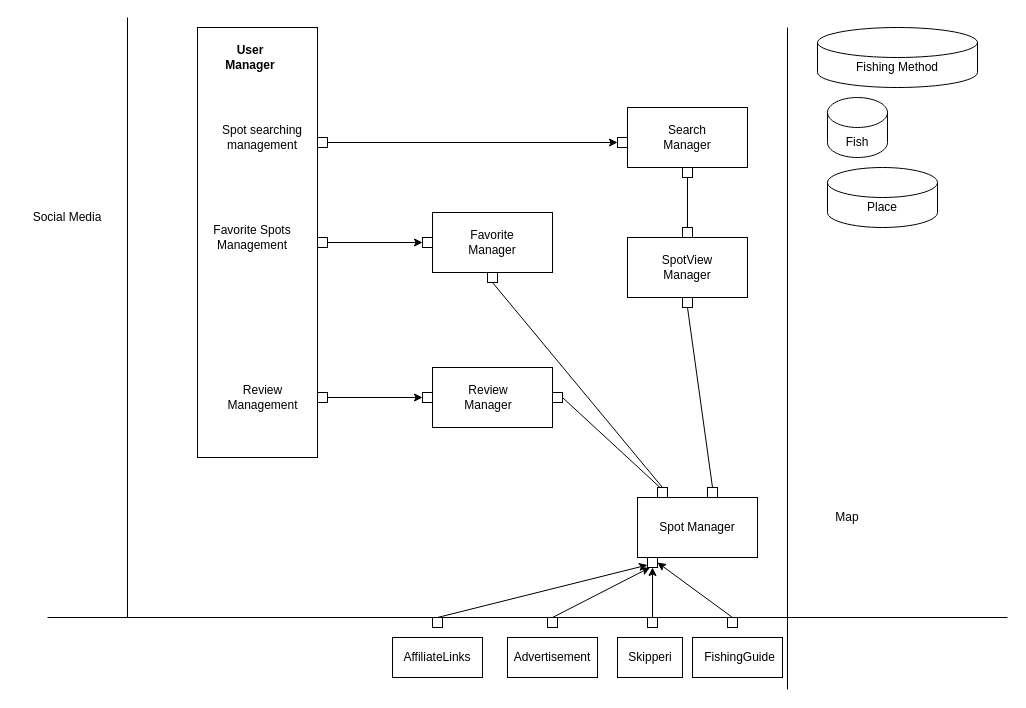
Before: Lab/Design Model/fisukortti component assembly.drawio in mikkovalla/HYY21-SAL-fisukortti, a draw.io diagram. Source tidied: cells renumbered, new cells numbered last; positions are measured from the earlier drawing's top-left corner, leaving out a move shared by most shapes. Both pictures are drawn from the tidied source at 100%, with x=0, y=0 at pixel (17, 17).
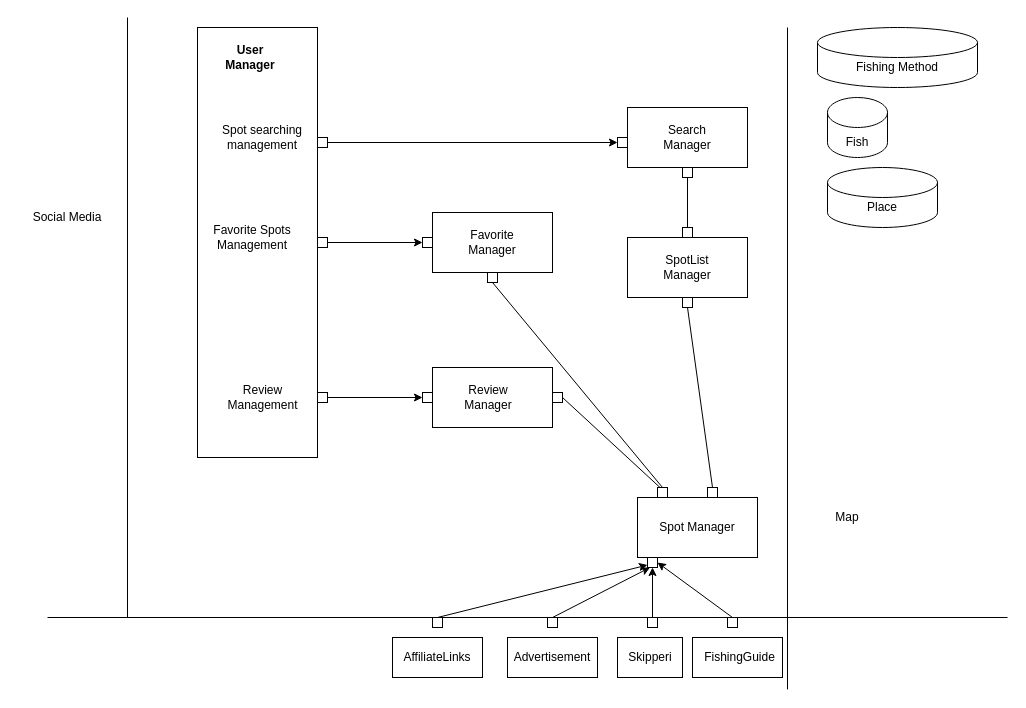
After the change.

Diff of the diagram source:
```diff
@@
-    <mxCell id="14" value="SpotView Manager" style="text;html=1;strokeColor=none;fillColor=none;align=center;verticalAlign=middle;whiteSpace=wrap;rounded=0;" parent="1" vertex="1">
+    <mxCell id="14" value="SpotList Manager" style="text;html=1;strokeColor=none;fillColor=none;align=center;verticalAlign=middle;whiteSpace=wrap;rounded=0;" parent="1" vertex="1">
       <mxGeometry x="650" y="240" width="40" height="20" as="geometry" />
     </mxCell>
```
